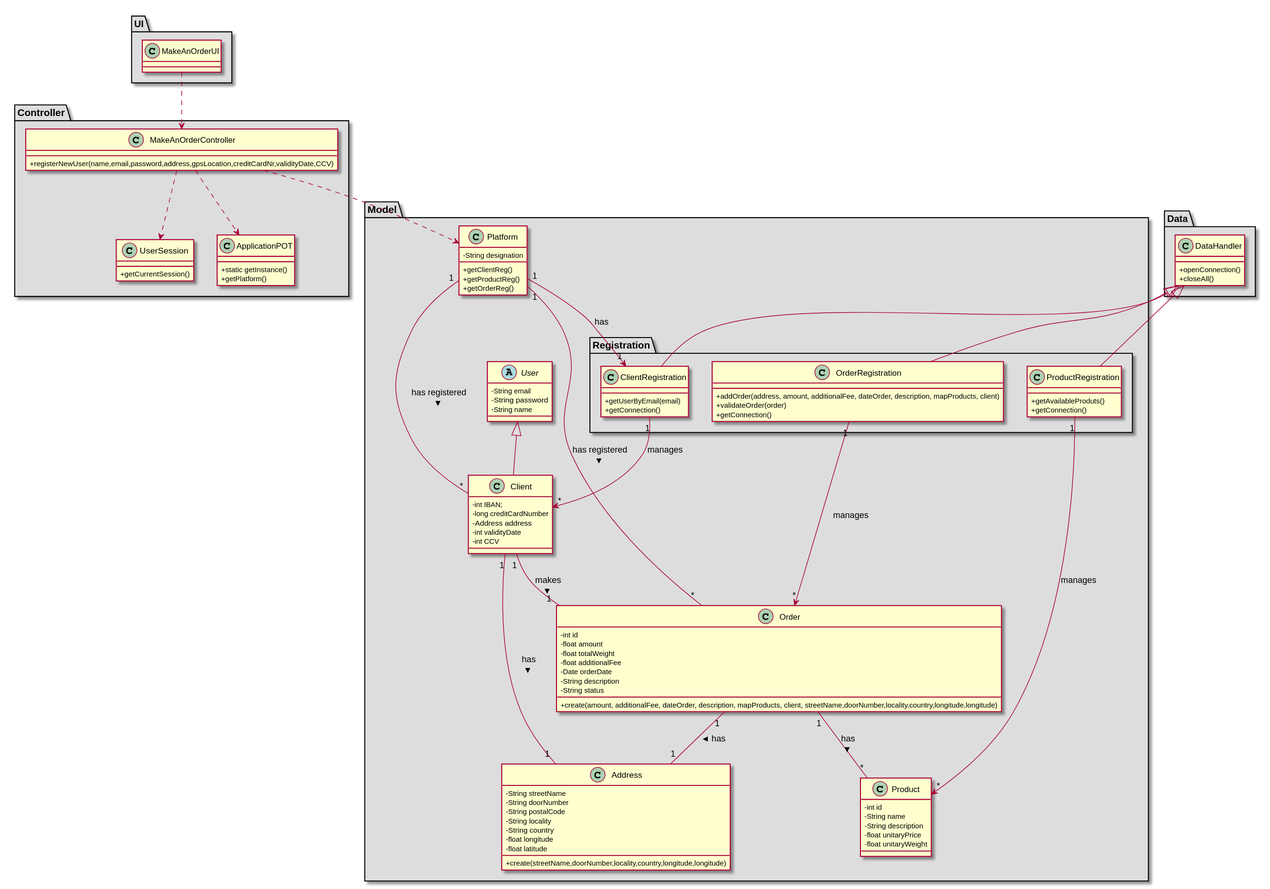
Earlier version of the PlantUML export docs/Iteration 1/Make An Order/US25_MakeAnOrder/US25_CD.svg (tiagoavcosta25/LAPR3).
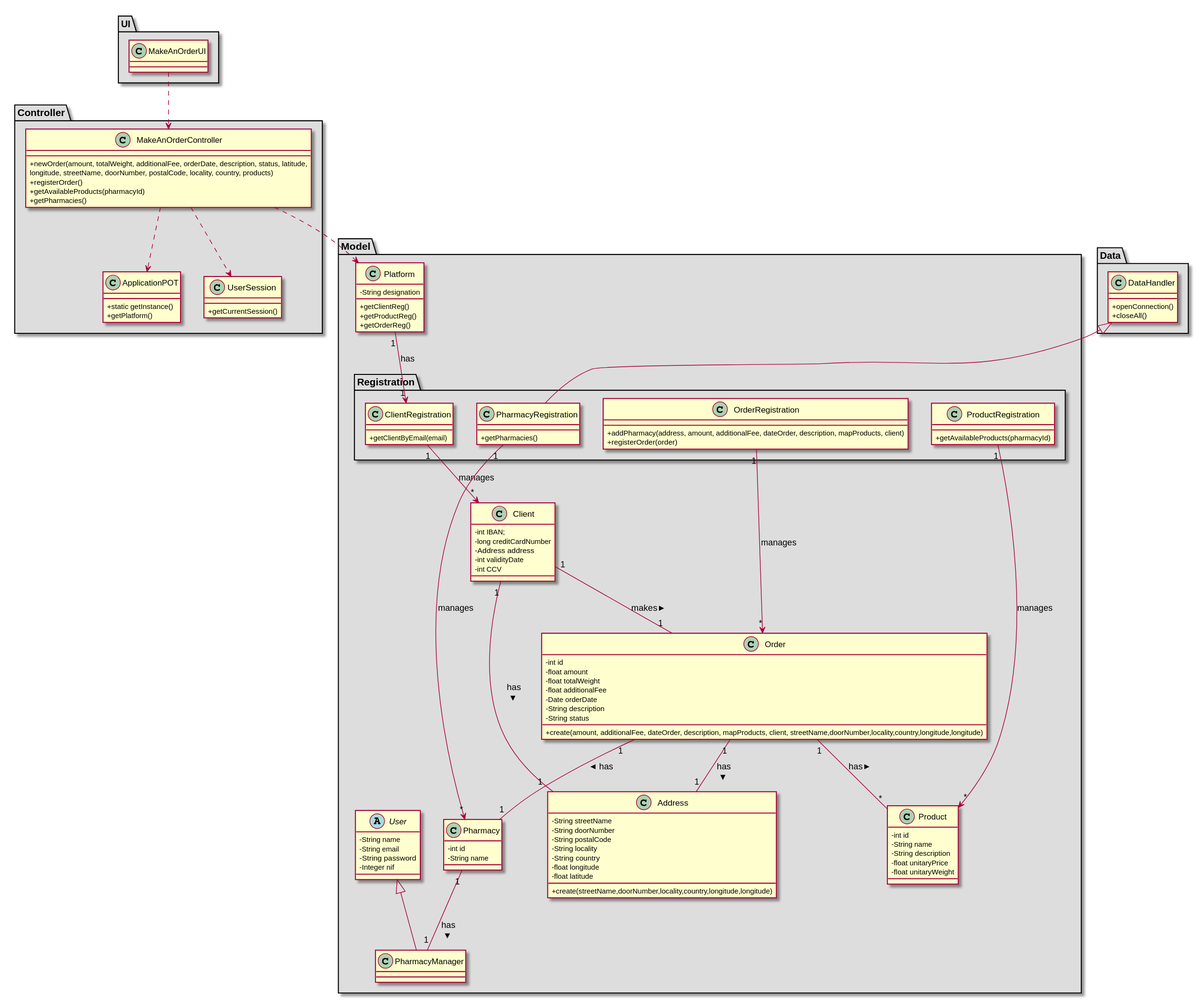
After the commit.

What changed in the source:
```diff
@@ -10,7 +10,11 @@
 
 package "Controller" #DDDDDD {
 class MakeAnOrderController{
-+registerNewUser(name,email,password,address,gpsLocation,creditCardNr,validityDate,CCV)
++newOrder(amount, totalWeight, additionalFee, orderDate, description, status, latitude,
+longitude, streetName, doorNumber, postalCode, locality, country, products)
++registerOrder()
++getAvailableProducts(pharmacyId)
++getPharmacies()
 }
 
 class ApplicationPOT
@@ -34,29 +38,31 @@
   +getOrderReg()
 }
 package "Registration" #DDDDDD {
- class ClientRegistration{
-     +getUserByEmail(email)
-     +getConnection()
- }
 
- class ProductRegistration{
-      +getAvailableProduts()
-      +getConnection()
+  class OrderRegistration{
+       +addPharmacy(address, amount, additionalFee, dateOrder, description, mapProducts, client)
+       +registerOrder(order)
   }
 
-  class OrderRegistration{
-       +addOrder(address, amount, additionalFee, dateOrder, description, mapProducts, client)
-       +validateOrder(order)
-       +getConnection()
-   }
+  class PharmacyRegistration{
+          +getPharmacies()
+  }
+
+  class ProductRegistration{
+          +getAvailableProducts(pharmacyId)
+  }
+  class ClientRegistration{
+        +getClientByEmail(email)
+  }
  }
 }
 
 package "Model" #DDDDDD {
 abstract class User{
--String email
--String password
--String name
+-   String name
+-   String email
+-   String password
+-   Integer nif
 }
 
 class Client{
@@ -97,6 +103,14 @@
 -   float unitaryWeight
 }
 
+class Pharmacy{
+-   int id
+-   String name
+}
+
+class PharmacyManager{
+}
+
 }
 
 
@@ -107,11 +121,9 @@
 }
 }
 
-class ClientRegistration extends DataHandler
-class ProductRegistration extends DataHandler
-class OrderRegistration extends DataHandler
+class PharmacyRegistration extends DataHandler
 
-class Client extends User
+class PharmacyManager extends User
 
 MakeAnOrderUI ..> MakeAnOrderController
 MakeAnOrderController ..> Platform
@@ -121,12 +133,13 @@
 ClientRegistration "1" --> "*" Client : manages
 ProductRegistration "1" --> "*" Product : manages
 OrderRegistration "1" --> "*" Order : manages
+PharmacyRegistration "1" --> "*" Pharmacy : manages
 
-Platform "1" -- "*" Client : has registered >
-Platform "1" -- "*" Order : has registered >
 Order "1" -- "*" Product : has >
+Order "1" -- "1" Pharmacy : has >
 Client "1" -- "1" Order : makes >
 Client "1" -- "1" Address : has >
 Order "1" -- "1" Address : has >
+Pharmacy "1" -- "1" PharmacyManager : has >
 
 @enduml
```
